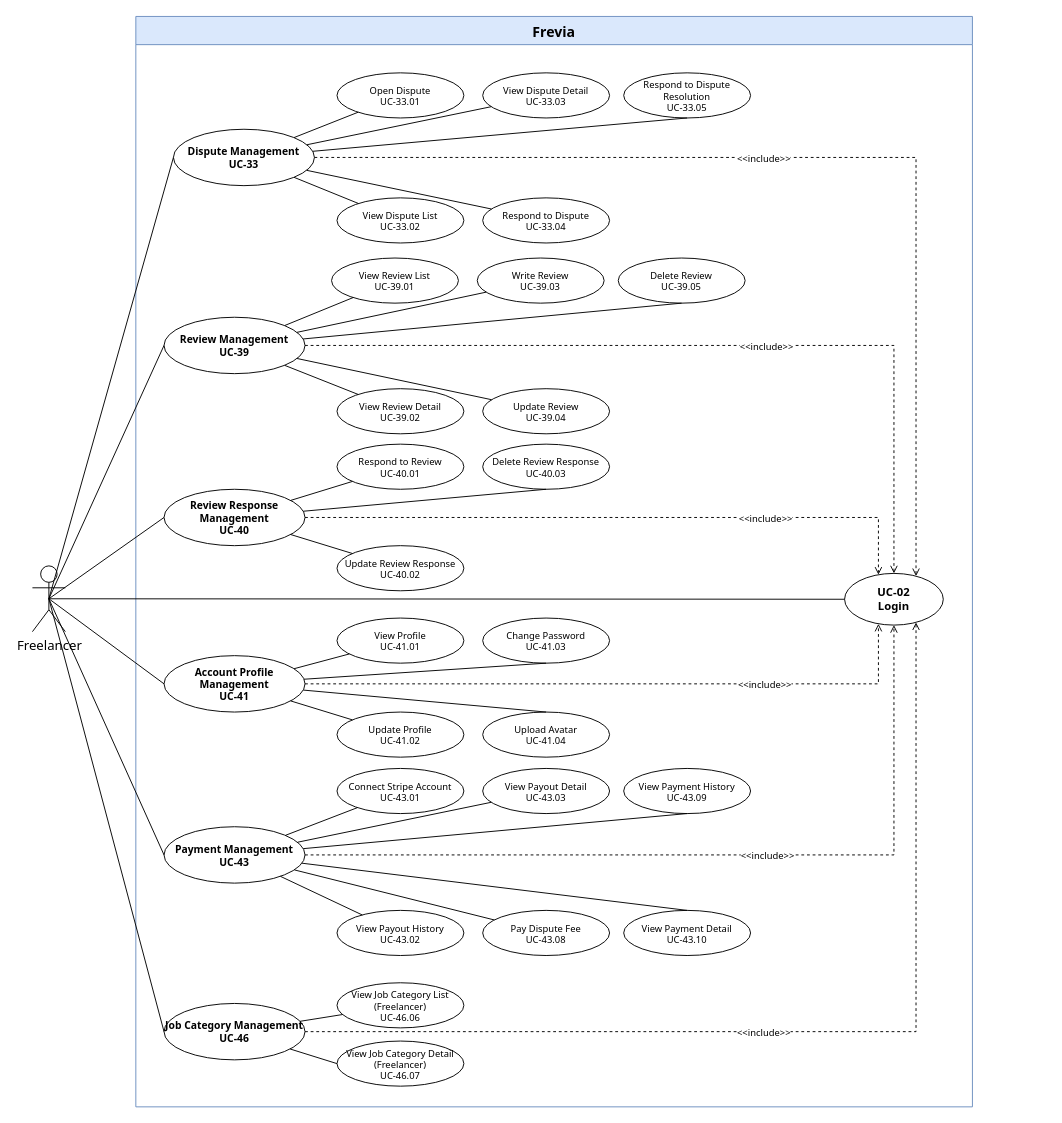
Earlier version of the draw.io diagram page "Freelancer 7/7" (7 of 7) of uc-diagrams/Freelancer.drawio (Thunggg/Frevia). Source tidied: cells renumbered, new cells numbered last; positions are measured from the earlier drawing's top-left corner, leaving out a move shared by most shapes. Both pictures are drawn from the tidied source at 94%, with x=0, y=0 at pixel (32, 16).
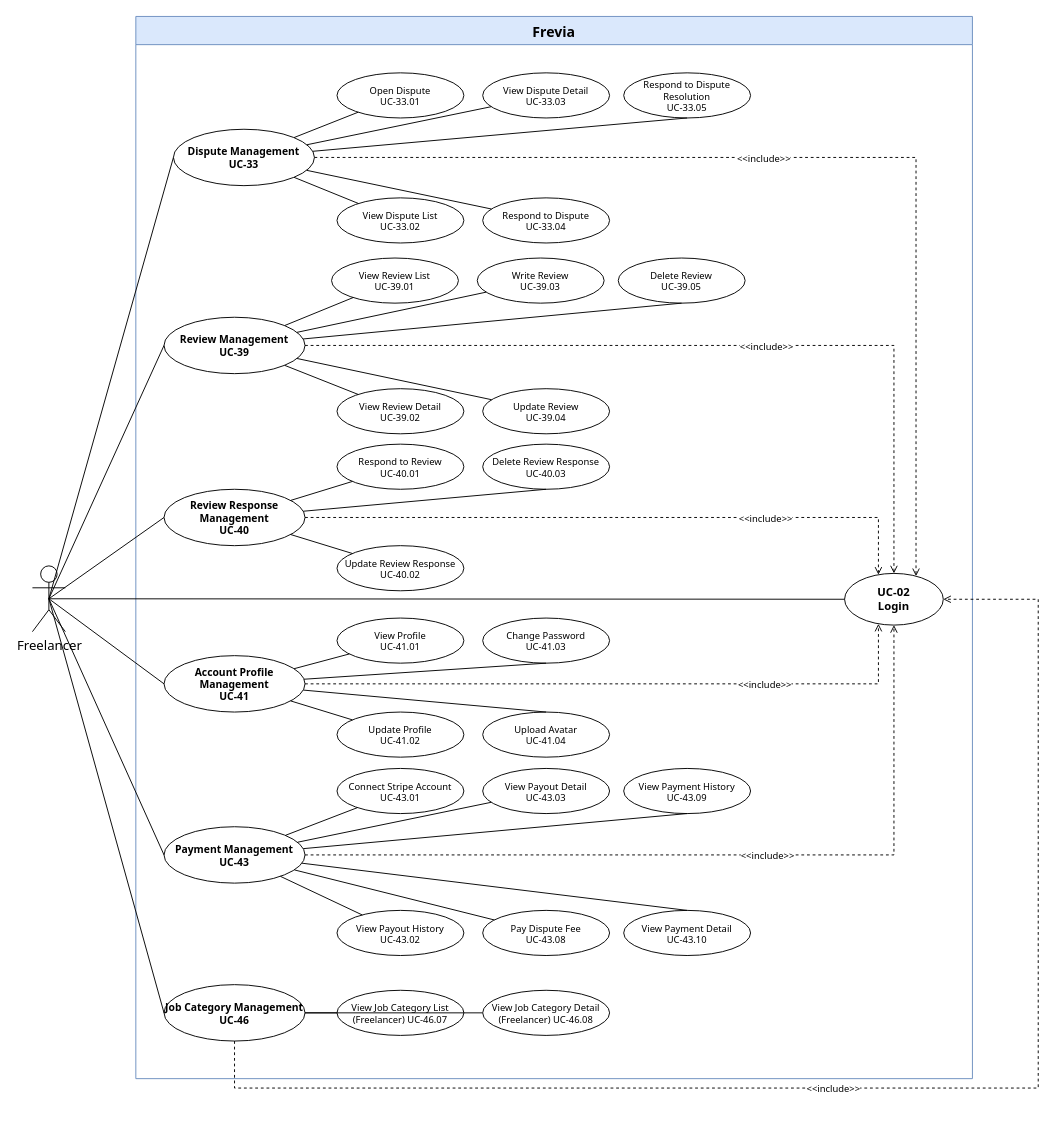
Above is the later version.

The change refers to these unchanged cells:
```xml
<mxCell id="3" value="UC-02&#10;Login" style="ellipse;whiteSpace=wrap;html=1;fontSize=12;fontFamily=Tahoma;fontStyle=1;fillColor=#ffffff;strokeColor=#000000;" parent="2" vertex="1">
  <mxGeometry x="754" y="592.5" width="105" height="55" as="geometry" />
</mxCell>
```

What changed in the source:
```diff
@@
     <mxCell id="2" value="Frevia" style="swimlane;whiteSpace=wrap;html=1;startSize=30;fontSize=15;fontFamily=Tahoma;fontStyle=1;fillColor=#dae8fc;strokeColor=#6c8ebf;" parent="1" vertex="1">
-      <mxGeometry x="110" width="890" height="1160" as="geometry" />
+      <mxGeometry x="110" width="890" height="1130" as="geometry" />
     </mxCell>
@@
-    <mxCell id="55" value="View Job Category List (Freelancer)&#10;UC-46.06" style="ellipse;whiteSpace=wrap;html=1;fontSize=10;fontFamily=Tahoma;fillColor=#ffffff;strokeColor=#000000;" parent="2" vertex="1">
-      <mxGeometry x="214" y="1028" width="135" height="48" as="geometry" />
+    <mxCell id="55" value="View Job Category List (Freelancer)&amp;#xa;UC-46.07" style="ellipse;whiteSpace=wrap;html=1;fontSize=10;fontFamily=Tahoma;fillColor=#ffffff;strokeColor=#000000;" parent="2" vertex="1">
+      <mxGeometry x="214" y="1036" width="135" height="48" as="geometry" />
     </mxCell>
@@
-    <mxCell id="69" value="&amp;lt;&amp;lt;include&amp;gt;&amp;gt;" style="edgeStyle=orthogonalEdgeStyle;rounded=0;endArrow=open;dashed=1;html=1;strokeColor=#000000;fontSize=10;fontFamily=Tahoma;labelBackgroundColor=#ffffff;align=center;verticalAlign=middle;" parent="1" edge="1" source="70" target="3">
+    <mxCell id="69" value="&amp;lt;&amp;lt;include&amp;gt;&amp;gt;" style="edgeStyle=orthogonalEdgeStyle;rounded=0;endArrow=open;dashed=1;html=1;strokeColor=#000000;fontSize=10;fontFamily=Tahoma;labelBackgroundColor=#ffffff;align=center;verticalAlign=middle;" parent="2" edge="1" source="70" target="3">
       <mxGeometry x="-0.1" relative="1" as="geometry">
         <Array as="points">
-          <mxPoint x="940" y="1080" />
+          <mxPoint x="960" y="1140" />
         </Array>
       </mxGeometry>
     </mxCell>
-    <mxCell id="70" value="Job Category Management&#10;UC-46" style="ellipse;whiteSpace=wrap;html=1;fontSize=11;fontFamily=Tahoma;fontStyle=1;fillColor=#ffffff;strokeColor=#000000;" parent="1" vertex="1">
-      <mxGeometry x="140" y="1050" width="150" height="60" as="geometry" />
+    <mxCell id="70" value="Job Category Management&#10;UC-46" style="ellipse;whiteSpace=wrap;html=1;fontSize=11;fontFamily=Tahoma;fontStyle=1;fillColor=#ffffff;strokeColor=#000000;" parent="2" vertex="1">
+      <mxGeometry x="30" y="1030" width="150" height="60" as="geometry" />
     </mxCell>
-    <mxCell id="71" style="endArrow=none;html=1;rounded=0;fontFamily=Tahoma;fontSize=13;" parent="1" edge="1" source="70" target="55">
+    <mxCell id="71" style="endArrow=none;html=1;rounded=0;fontFamily=Tahoma;fontSize=13;" parent="2" edge="1" source="70" target="55">
       <mxGeometry relative="1" as="geometry" />
     </mxCell>
-    <mxCell id="72" style="endArrow=none;html=1;rounded=0;fontFamily=Tahoma;fontSize=13;entryX=0;entryY=0.5;entryDx=0;entryDy=0;" parent="1" edge="1" source="70" target="73">
+    <mxCell id="72" style="endArrow=none;html=1;rounded=0;fontFamily=Tahoma;fontSize=13;" parent="2" edge="1" source="70" target="73">
       <mxGeometry relative="1" as="geometry" />
     </mxCell>
-    <mxCell id="73" value="View Job Category Detail (Freelancer)&#10;UC-46.07" style="ellipse;whiteSpace=wrap;html=1;fontSize=10;fontFamily=Tahoma;fillColor=#ffffff;strokeColor=#000000;" parent="1" vertex="1">
-      <mxGeometry x="324" y="1090" width="135" height="48" as="geometry" />
+    <mxCell id="73" value="View Job Category Detail (Freelancer)&amp;#xa;UC-46.08" style="ellipse;whiteSpace=wrap;html=1;fontSize=10;fontFamily=Tahoma;fillColor=#ffffff;strokeColor=#000000;" parent="2" vertex="1">
+      <mxGeometry x="369" y="1036" width="135" height="48" as="geometry" />
     </mxCell>
```
